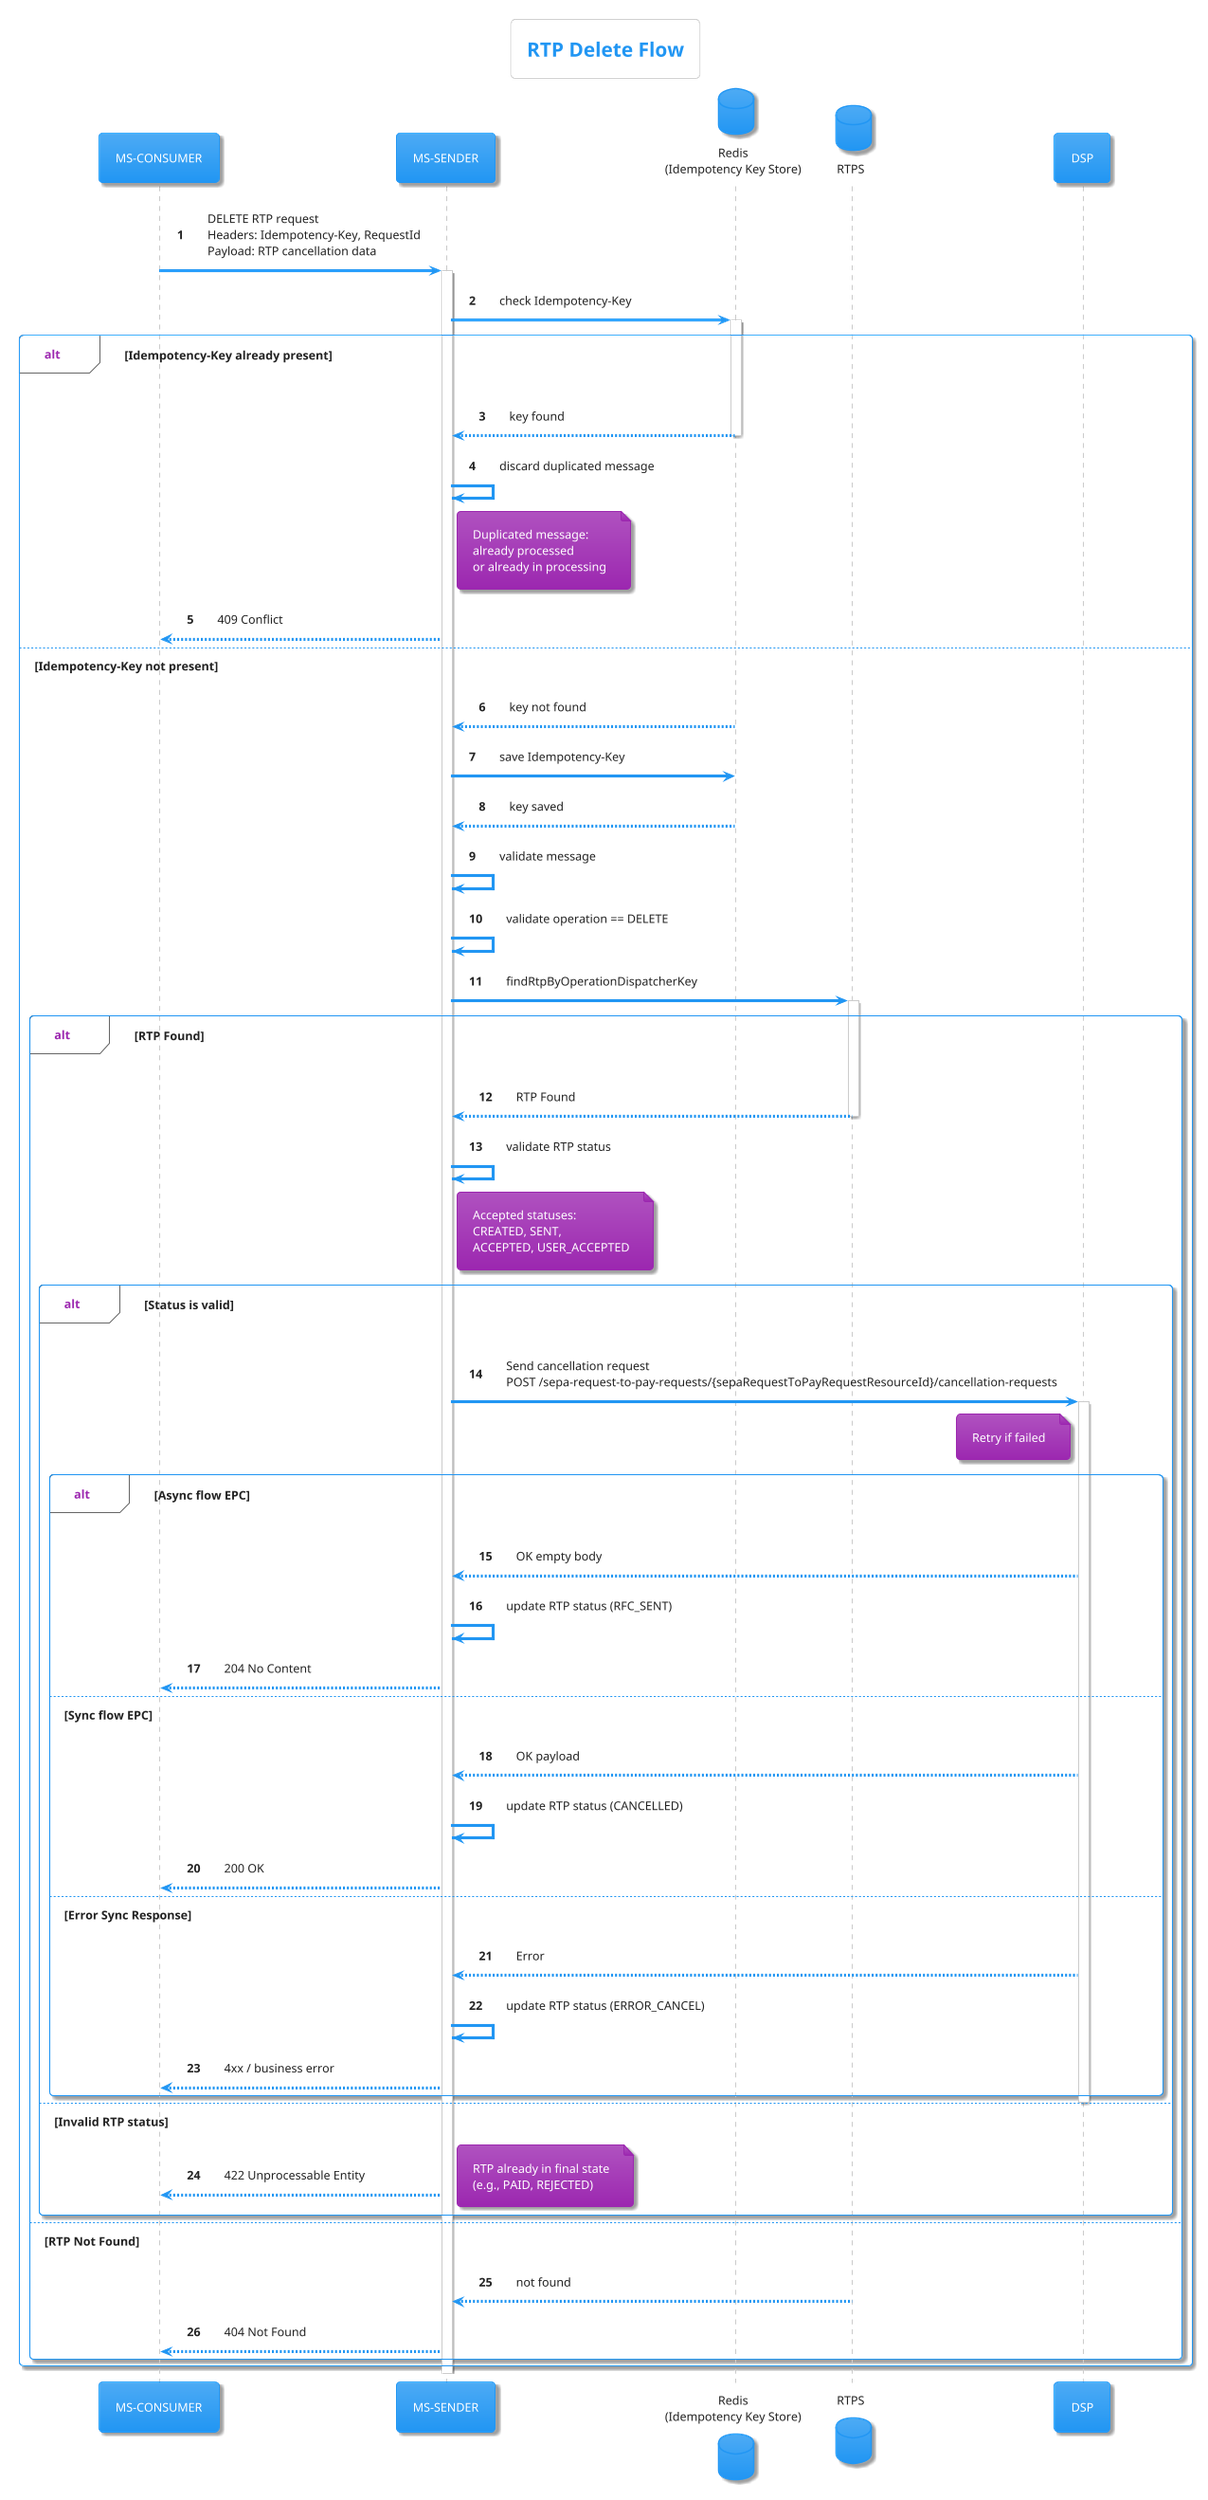
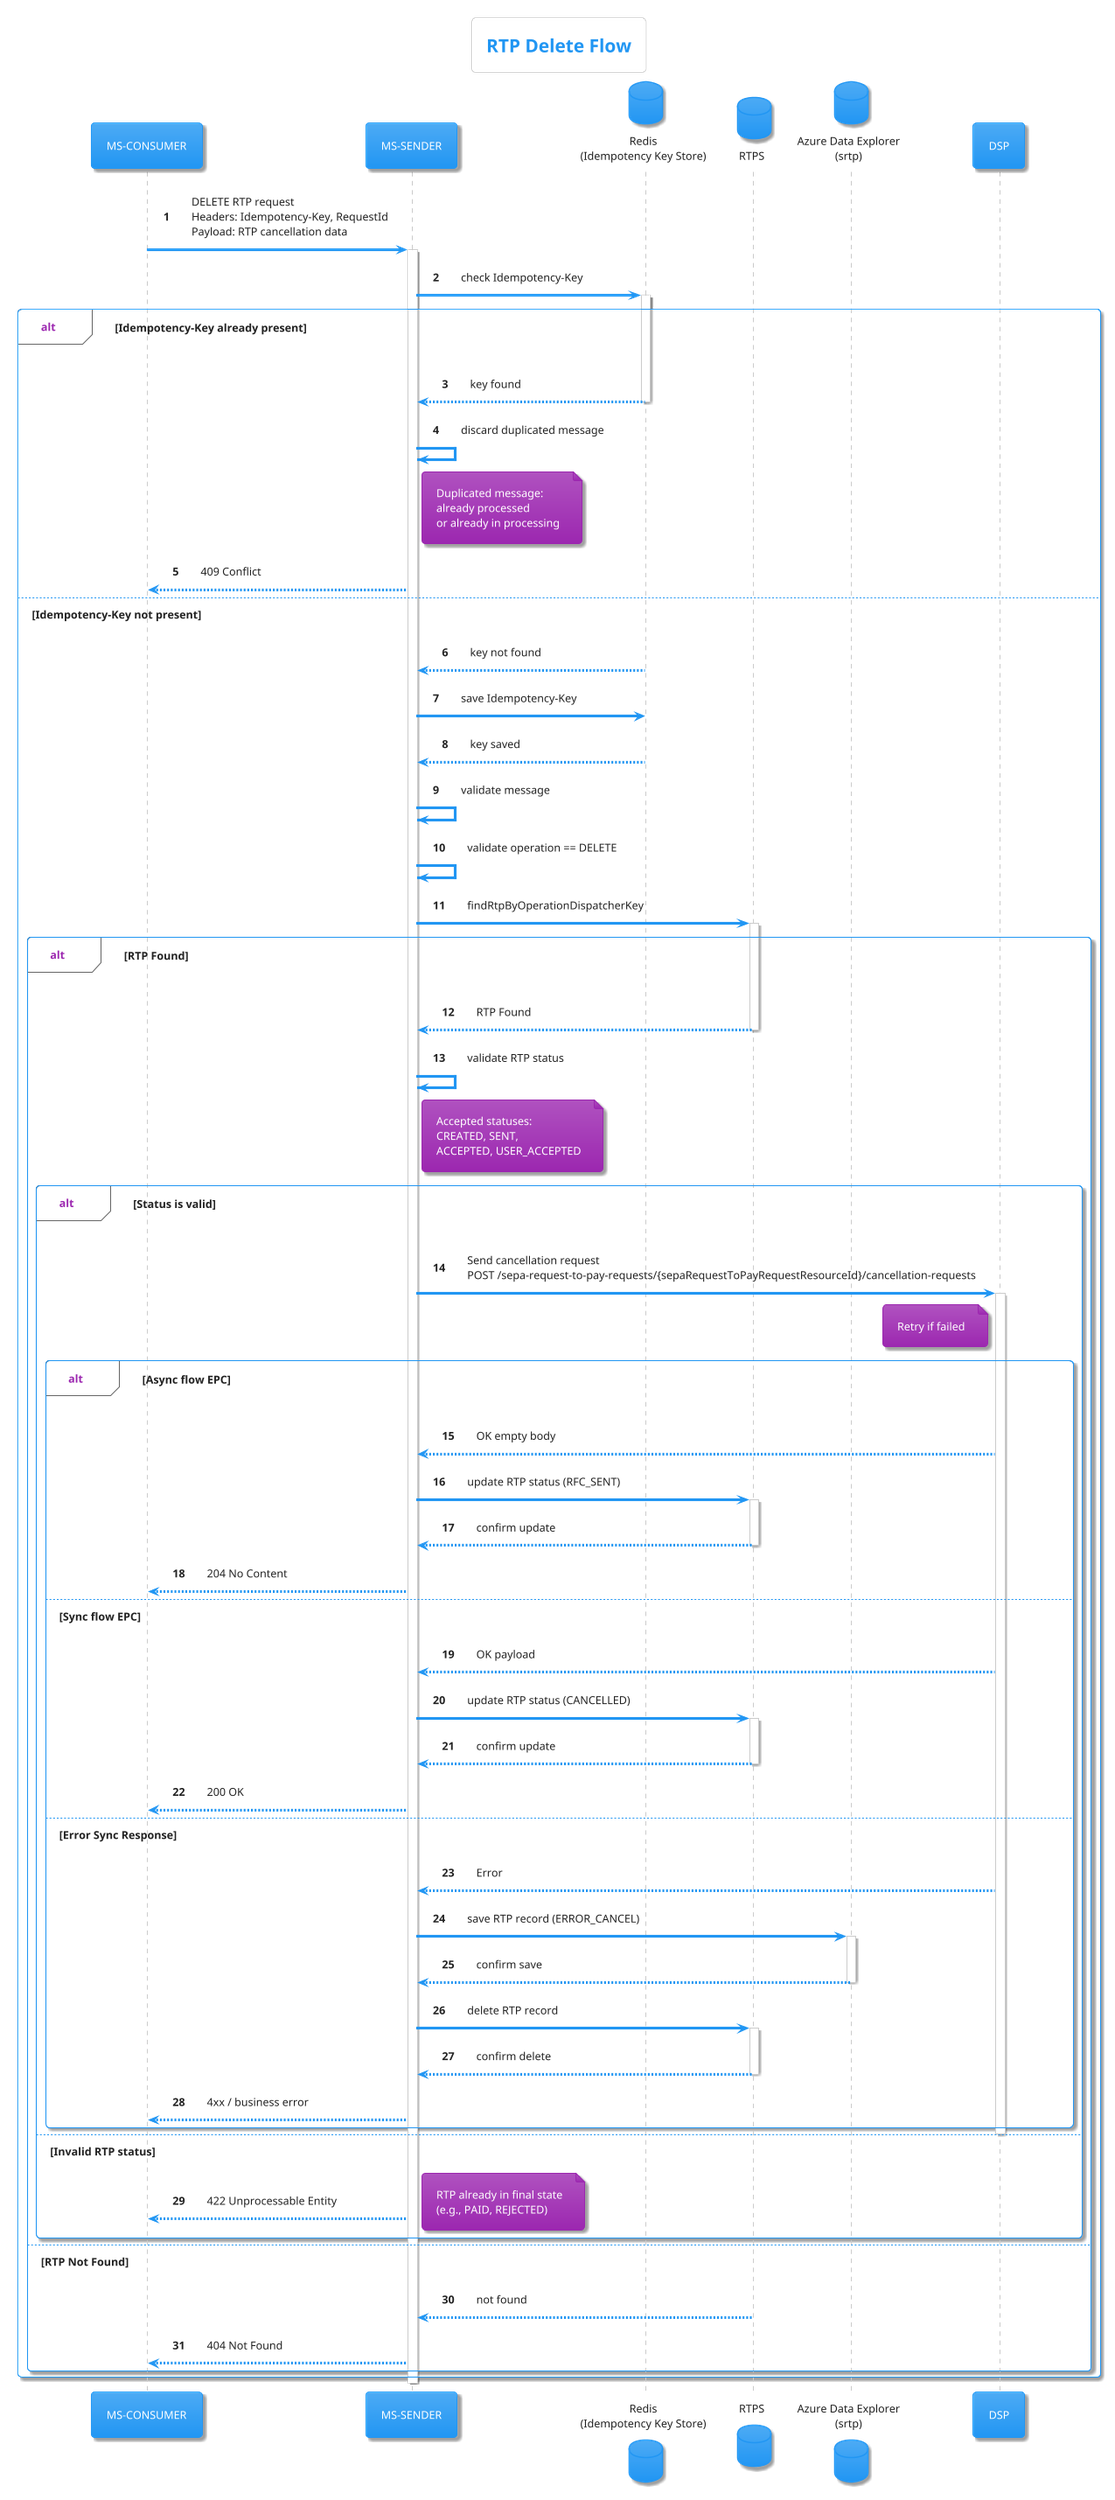
@startuml
' PlantUML Diagram for RTP Cancellation API
' Title: Unified RTP Cancellation Sequence Diagram
' Version: 1.0.0

!theme materia

title RTP Delete Flow

participant "MS-CONSUMER" as CONSUMER
participant "MS-SENDER" as SENDER
database "Redis\n(Idempotency Key Store)" as REDIS
database "RTPS" as SRTP
+ database "Azure Data Explorer\n(srtp)" as ADX
participant "DSP" as DSP

autonumber

CONSUMER -> SENDER: DELETE RTP request\nHeaders: Idempotency-Key, RequestId\nPayload: RTP cancellation data
activate SENDER

SENDER -> REDIS: check Idempotency-Key
activate REDIS

alt Idempotency-Key already present
    REDIS --> SENDER: key found
    deactivate REDIS
    SENDER -> SENDER: discard duplicated message
    note right of SENDER
      Duplicated message:
      already processed
      or already in processing
    end note
    SENDER --> CONSUMER: 409 Conflict

else Idempotency-Key not present
    REDIS --> SENDER: key not found
    SENDER -> REDIS: save Idempotency-Key
    REDIS --> SENDER: key saved
    deactivate REDIS

    SENDER -> SENDER: validate message
    SENDER -> SENDER: validate operation == DELETE
    SENDER -> SRTP: findRtpByOperationDispatcherKey
    activate SRTP

    alt RTP Found
        SRTP --> SENDER: RTP Found
        deactivate SRTP

        SENDER -> SENDER: validate RTP status
        note right of SENDER
          Accepted statuses:
          CREATED, SENT,
          ACCEPTED, USER_ACCEPTED
        end note

        alt Status is valid
            SENDER -> DSP: Send cancellation request\nPOST /sepa-request-to-pay-requests/{sepaRequestToPayRequestResourceId}/cancellation-requests
            activate DSP

            note left of DSP
              Retry if failed
            end note

            alt Async flow EPC
                DSP --> SENDER: OK empty body
-                 SENDER -> SENDER: update RTP status (RFC_SENT)
+                 SENDER -> SRTP: update RTP status (RFC_SENT)
+                 activate SRTP
+                 SRTP --> SENDER: confirm update
+                 deactivate SRTP
                SENDER --> CONSUMER: 204 No Content

            else Sync flow EPC
                DSP --> SENDER: OK payload
-                 SENDER -> SENDER: update RTP status (CANCELLED)
+                 SENDER -> SRTP: update RTP status (CANCELLED)
+                 activate SRTP
+                 SRTP --> SENDER: confirm update
+                 deactivate SRTP
                SENDER --> CONSUMER: 200 OK

            else Error Sync Response
                DSP --> SENDER: Error
-                 SENDER -> SENDER: update RTP status (ERROR_CANCEL)
+                 SENDER -> ADX: save RTP record (ERROR_CANCEL)
+                 activate ADX
+                 ADX --> SENDER: confirm save
+                 deactivate ADX
+                 SENDER -> SRTP: delete RTP record
+                 activate SRTP
+                 SRTP --> SENDER: confirm delete
+                 deactivate SRTP
                SENDER --> CONSUMER: 4xx / business error
            end

            deactivate DSP

        else Invalid RTP status
            SENDER --> CONSUMER: 422 Unprocessable Entity
            note right
              RTP already in final state
              (e.g., PAID, REJECTED)
            end note
        end

    else RTP Not Found
        SRTP --> SENDER: not found
        deactivate SRTP
        SENDER --> CONSUMER: 404 Not Found
    end
end

deactivate SENDER

@enduml